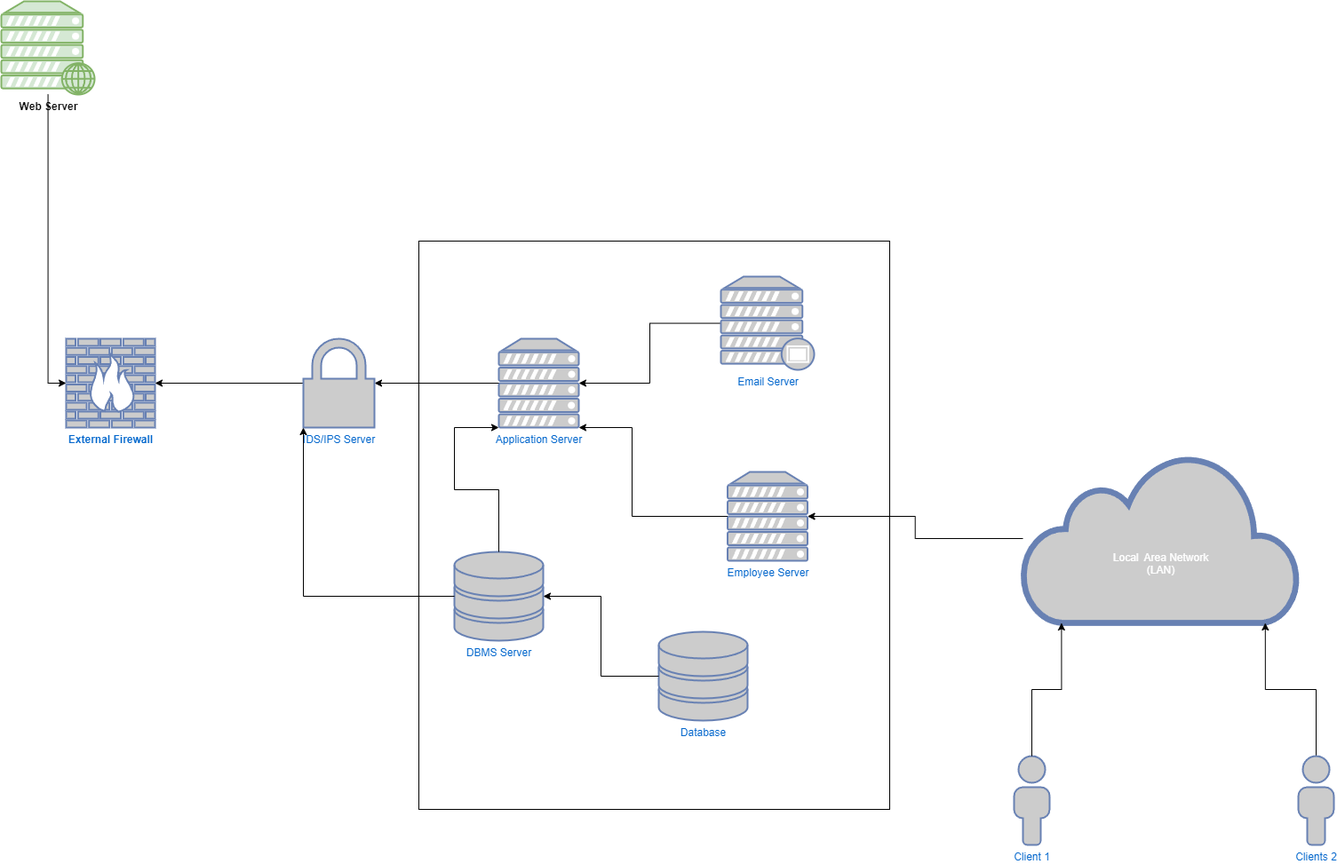
Above: Project.drawio.png in lingayatham/Project (draw.io), before the change. Source tidied: cells renumbered, new cells last; positions are measured from the earlier drawing's top-left corner, leaving out a move shared by most shapes.
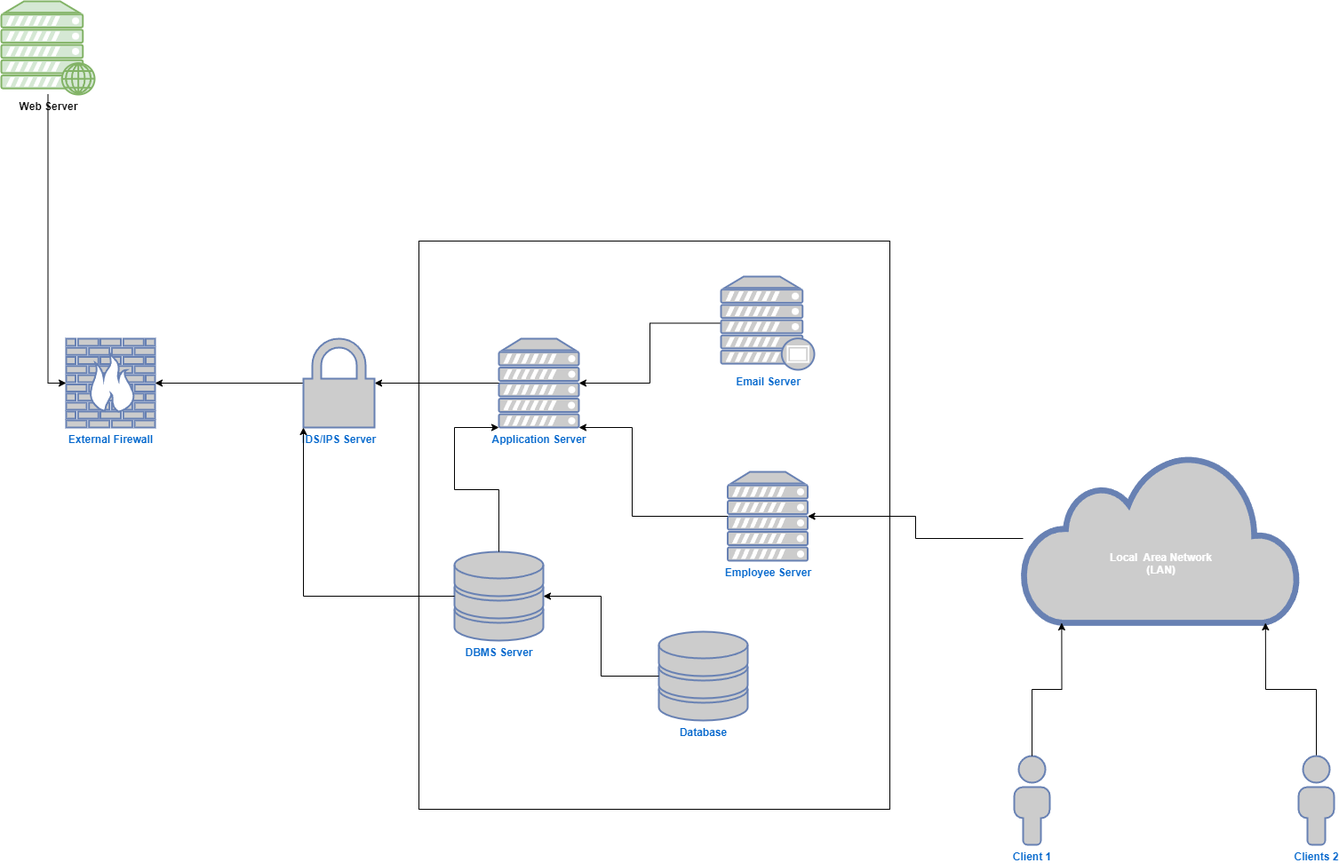
The same file after the commit.

Diff of the diagram source:
```diff
@@ -11,31 +11,31 @@
     <mxCell id="4" style="edgeStyle=orthogonalEdgeStyle;rounded=0;jettySize=auto;html=1;entryX=0;entryY=0.5;entryDx=0;entryDy=0;entryPerimeter=0;" parent="1" edge="1" source="2" target="3">
       <mxGeometry relative="1" as="geometry" />
     </mxCell>
-    <mxCell id="5" style="rounded=0;whiteSpace=wrap;html=1;" parent="1" vertex="1">
+    <mxCell id="5" style="rounded=0;whiteSpace=wrap;html=1;labelBackgroundColor=#009900;" parent="1" vertex="1">
       <mxGeometry x="470" y="270" width="530" height="640" as="geometry" />
     </mxCell>
     <mxCell id="6" style="edgeStyle=orthogonalEdgeStyle;rounded=0;jettySize=auto;html=1;" parent="1" edge="1" source="16" target="3">
       <mxGeometry relative="1" as="geometry" />
     </mxCell>
-    <mxCell id="7" value="Application Server" style="fontColor=#0066CC;verticalAlign=top;verticalLabelPosition=bottom;labelPosition=center;align=center;html=1;outlineConnect=0;fillColor=#CCCCCC;strokeColor=#6881B3;gradientColor=none;gradientDirection=north;strokeWidth=2;shape=mxgraph.networks.server;" parent="1" vertex="1">
+    <mxCell id="7" value="Application Server" style="fontColor=#0066CC;verticalAlign=top;verticalLabelPosition=bottom;labelPosition=center;align=center;html=1;outlineConnect=0;fillColor=#CCCCCC;strokeColor=#6881B3;gradientColor=none;gradientDirection=north;strokeWidth=2;shape=mxgraph.networks.server;fontStyle=1;" parent="1" vertex="1">
       <mxGeometry x="560" y="380" width="90" height="100" as="geometry" />
     </mxCell>
     <mxCell id="8" style="edgeStyle=orthogonalEdgeStyle;rounded=0;jettySize=auto;html=1;" parent="1" edge="1" source="11" target="7">
       <mxGeometry relative="1" as="geometry" />
     </mxCell>
-    <mxCell id="9" value="Employee Server" style="fontColor=#0066CC;verticalAlign=top;verticalLabelPosition=bottom;labelPosition=center;align=center;html=1;outlineConnect=0;fillColor=#CCCCCC;strokeColor=#6881B3;gradientColor=none;gradientDirection=north;strokeWidth=2;shape=mxgraph.networks.server;" parent="1" vertex="1">
+    <mxCell id="9" value="Employee Server" style="fontColor=#0066CC;verticalAlign=top;verticalLabelPosition=bottom;labelPosition=center;align=center;html=1;outlineConnect=0;fillColor=#CCCCCC;strokeColor=#6881B3;gradientColor=none;gradientDirection=north;strokeWidth=2;shape=mxgraph.networks.server;fontStyle=1;" parent="1" vertex="1">
       <mxGeometry x="817.5" y="530" width="90" height="100" as="geometry" />
     </mxCell>
-    <mxCell id="10" value="&lt;br&gt;&lt;br&gt;&lt;br&gt;&lt;br&gt;Local&amp;nbsp; Area Network&lt;br&gt;(LAN)" style="html=1;outlineConnect=0;fillColor=#CCCCCC;strokeColor=#6881B3;gradientColor=none;gradientDirection=north;strokeWidth=2;shape=mxgraph.networks.cloud;fontColor=#ffffff;" parent="1" vertex="1">
+    <mxCell id="10" value="&lt;br&gt;&lt;br&gt;&lt;br&gt;&lt;br&gt;Local&amp;nbsp; Area Network&lt;br&gt;(LAN)" style="html=1;outlineConnect=0;fillColor=#CCCCCC;strokeColor=#6881B3;gradientColor=none;gradientDirection=north;strokeWidth=2;shape=mxgraph.networks.cloud;fontColor=#ffffff;fontStyle=1;" parent="1" vertex="1">
       <mxGeometry x="1150" y="510" width="310" height="190" as="geometry" />
     </mxCell>
-    <mxCell id="11" value="Email Server" style="fontColor=#0066CC;verticalAlign=top;verticalLabelPosition=bottom;labelPosition=center;align=center;html=1;outlineConnect=0;fillColor=#CCCCCC;strokeColor=#6881B3;gradientColor=none;gradientDirection=north;strokeWidth=2;shape=mxgraph.networks.proxy_server;" parent="1" vertex="1">
+    <mxCell id="11" value="Email Server" style="fontColor=#0066CC;verticalAlign=top;verticalLabelPosition=bottom;labelPosition=center;align=center;html=1;outlineConnect=0;fillColor=#CCCCCC;strokeColor=#6881B3;gradientColor=none;gradientDirection=north;strokeWidth=2;shape=mxgraph.networks.proxy_server;fontStyle=1;" parent="1" vertex="1">
       <mxGeometry x="810" y="310" width="105" height="105" as="geometry" />
     </mxCell>
     <mxCell id="12" style="edgeStyle=orthogonalEdgeStyle;rounded=0;jettySize=auto;html=1;entryX=0.88;entryY=1;entryDx=0;entryDy=0;entryPerimeter=0;" parent="1" edge="1" source="13" target="10">
       <mxGeometry relative="1" as="geometry" />
     </mxCell>
-    <mxCell id="13" value="Clients 2" style="fontColor=#0066CC;verticalAlign=top;verticalLabelPosition=bottom;labelPosition=center;align=center;html=1;outlineConnect=0;fillColor=#CCCCCC;strokeColor=#6881B3;gradientColor=none;gradientDirection=north;strokeWidth=2;shape=mxgraph.networks.user_male;" parent="1" vertex="1">
+    <mxCell id="13" value="Clients 2" style="fontColor=#0066CC;verticalAlign=top;verticalLabelPosition=bottom;labelPosition=center;align=center;html=1;outlineConnect=0;fillColor=#CCCCCC;strokeColor=#6881B3;gradientColor=none;gradientDirection=north;strokeWidth=2;shape=mxgraph.networks.user_male;fontStyle=1;labelBackgroundColor=default;" parent="1" vertex="1">
       <mxGeometry x="1460" y="850" width="40" height="100" as="geometry" />
     </mxCell>
     <mxCell id="14" style="edgeStyle=orthogonalEdgeStyle;rounded=0;jettySize=auto;html=1;" parent="1" edge="1" source="9">
@@ -50,10 +50,10 @@
     <mxCell id="15" style="edgeStyle=orthogonalEdgeStyle;rounded=0;jettySize=auto;html=1;" parent="1" edge="1" source="7" target="16">
       <mxGeometry relative="1" as="geometry" />
     </mxCell>
-    <mxCell id="16" value="IDS/IPS Server" style="fontColor=#0066CC;verticalAlign=top;verticalLabelPosition=bottom;labelPosition=center;align=center;html=1;outlineConnect=0;fillColor=#CCCCCC;strokeColor=#6881B3;gradientColor=none;gradientDirection=north;strokeWidth=2;shape=mxgraph.networks.secured;" parent="1" vertex="1">
+    <mxCell id="16" value="IDS/IPS Server" style="fontColor=#0066CC;verticalAlign=top;verticalLabelPosition=bottom;labelPosition=center;align=center;html=1;outlineConnect=0;fillColor=#CCCCCC;strokeColor=#6881B3;gradientColor=none;gradientDirection=north;strokeWidth=2;shape=mxgraph.networks.secured;fontStyle=1;" parent="1" vertex="1">
       <mxGeometry x="340" y="380" width="80" height="100" as="geometry" />
     </mxCell>
-    <mxCell id="17" value="Client 1" style="fontColor=#0066CC;verticalAlign=top;verticalLabelPosition=bottom;labelPosition=center;align=center;html=1;outlineConnect=0;fillColor=#CCCCCC;strokeColor=#6881B3;gradientColor=none;gradientDirection=north;strokeWidth=2;shape=mxgraph.networks.user_male;" parent="1" vertex="1">
+    <mxCell id="17" value="Client 1" style="fontColor=#0066CC;verticalAlign=top;verticalLabelPosition=bottom;labelPosition=center;align=center;html=1;outlineConnect=0;fillColor=#CCCCCC;strokeColor=#6881B3;gradientColor=none;gradientDirection=north;strokeWidth=2;shape=mxgraph.networks.user_male;fontStyle=1;" parent="1" vertex="1">
       <mxGeometry x="1140" y="850" width="40" height="100" as="geometry" />
     </mxCell>
     <mxCell id="18" style="edgeStyle=orthogonalEdgeStyle;rounded=0;jettySize=auto;html=1;entryX=0.14;entryY=1;entryDx=0;entryDy=0;entryPerimeter=0;" parent="1" edge="1" source="17" target="10">
@@ -62,7 +62,7 @@
     <mxCell id="19" style="edgeStyle=orthogonalEdgeStyle;rounded=0;jettySize=auto;html=1;entryX=1;entryY=0.5;entryDx=0;entryDy=0;entryPerimeter=0;" parent="1" edge="1" source="10" target="9">
       <mxGeometry relative="1" as="geometry" />
     </mxCell>
-    <mxCell id="20" value="DBMS Server" style="fontColor=#0066CC;verticalAlign=top;verticalLabelPosition=bottom;labelPosition=center;align=center;html=1;outlineConnect=0;fillColor=#CCCCCC;strokeColor=#6881B3;gradientColor=none;gradientDirection=north;strokeWidth=2;shape=mxgraph.networks.storage;" parent="1" vertex="1">
+    <mxCell id="20" value="DBMS Server" style="fontColor=#0066CC;verticalAlign=top;verticalLabelPosition=bottom;labelPosition=center;align=center;html=1;outlineConnect=0;fillColor=#CCCCCC;strokeColor=#6881B3;gradientColor=none;gradientDirection=north;strokeWidth=2;shape=mxgraph.networks.storage;fontStyle=1;" parent="1" vertex="1">
       <mxGeometry x="510" y="620" width="100" height="100" as="geometry" />
     </mxCell>
     <mxCell id="21" style="edgeStyle=orthogonalEdgeStyle;rounded=0;jettySize=auto;html=1;entryX=0;entryY=1;entryDx=0;entryDy=0;entryPerimeter=0;" parent="1" edge="1" source="20" target="7">
@@ -77,7 +77,7 @@
     <mxCell id="22" style="edgeStyle=orthogonalEdgeStyle;rounded=0;jettySize=auto;html=1;entryX=0;entryY=1;entryDx=0;entryDy=0;entryPerimeter=0;" parent="1" edge="1" source="20" target="16">
       <mxGeometry relative="1" as="geometry" />
     </mxCell>
-    <mxCell id="23" value="Database" style="fontColor=#0066CC;verticalAlign=top;verticalLabelPosition=bottom;labelPosition=center;align=center;html=1;outlineConnect=0;fillColor=#CCCCCC;strokeColor=#6881B3;gradientColor=none;gradientDirection=north;strokeWidth=2;shape=mxgraph.networks.storage;" parent="1" vertex="1">
+    <mxCell id="23" value="Database" style="fontColor=#0066CC;verticalAlign=top;verticalLabelPosition=bottom;labelPosition=center;align=center;html=1;outlineConnect=0;fillColor=#CCCCCC;strokeColor=#6881B3;gradientColor=none;gradientDirection=north;strokeWidth=2;shape=mxgraph.networks.storage;fontStyle=1;" parent="1" vertex="1">
       <mxGeometry x="740" y="710" width="100" height="100" as="geometry" />
     </mxCell>
     <mxCell id="24" style="edgeStyle=orthogonalEdgeStyle;rounded=0;jettySize=auto;html=1;" parent="1" edge="1" source="23" target="20">
```
